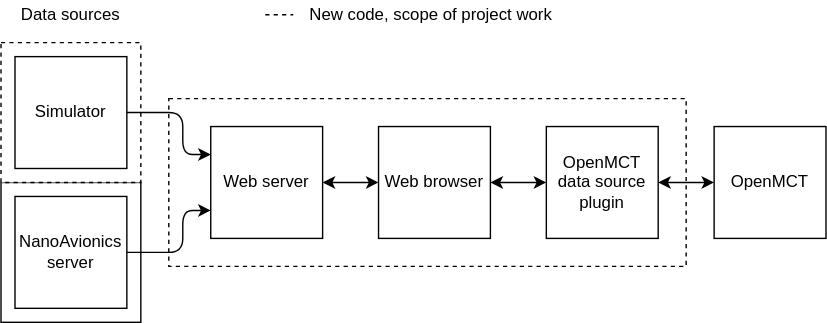
AudunVN/mct-depot keeps this draw.io diagram as docs/imgs/Block Diagram (early).svg. Above is the earlier version. Source tidied: cells renumbered, new cells last; positions are measured from the earlier drawing's top-left corner, leaving out a move shared by most shapes.
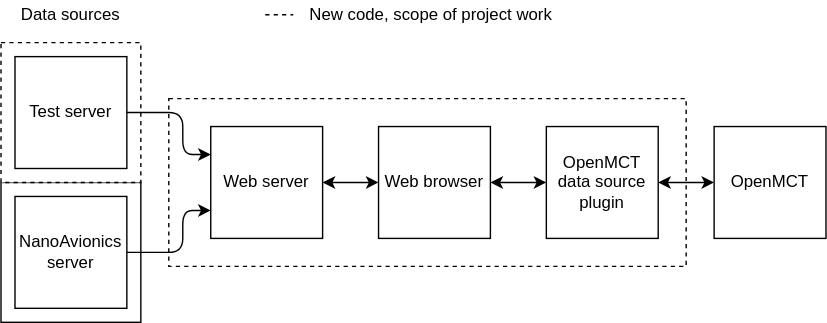
After the commit.

The edit, as a diff of the source:
```diff
@@ -11,7 +11,7 @@
     <mxCell id="4" style="rounded=0;whiteSpace=wrap;html=1;dashed=1;" parent="1" vertex="1">
       <mxGeometry y="30" width="100" height="100" as="geometry" />
     </mxCell>
-    <mxCell id="5" value="Simulator" style="whiteSpace=wrap;html=1;" parent="1" vertex="1">
+    <mxCell id="5" value="Test server" style="whiteSpace=wrap;html=1;" parent="1" vertex="1">
       <mxGeometry x="10" y="40" width="80" height="80" as="geometry" />
     </mxCell>
     <mxCell id="6" value="NanoAvionics server" style="whiteSpace=wrap;html=1;" parent="1" vertex="1">
```
